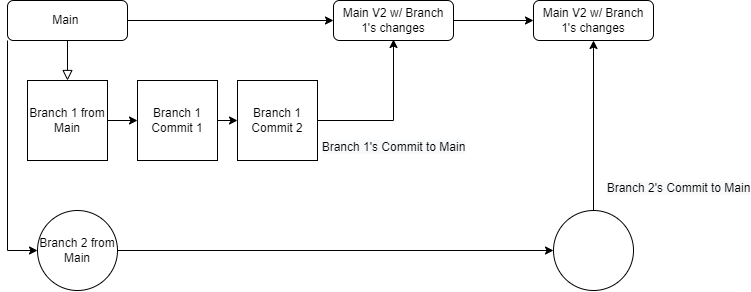
Before: Git/GitBranch/GitBranch Diagram.drawio.png, a diagram exported from draw.io (XXLMandalorian013/diagrams.net). Source tidied: cells renumbered, new cells last; positions are measured from the earlier drawing's top-left corner, leaving out a move shared by most shapes.
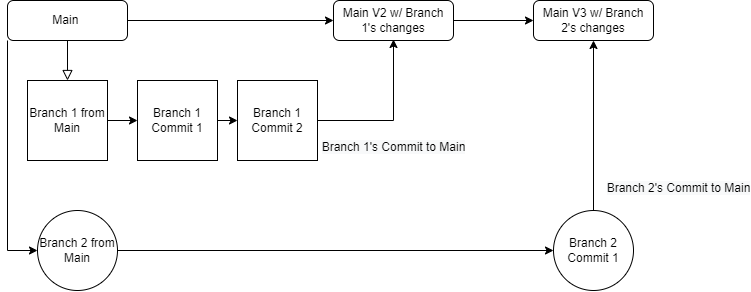
Later version of the same file.

The edit, as a diff of the source:
```diff
@@ -23,7 +23,7 @@
     <mxCell id="8" value="Main V2 w/ Branch 1's changes" style="rounded=1;whiteSpace=wrap;html=1;fontSize=12;glass=0;strokeWidth=1;shadow=0;" parent="1" vertex="1">
       <mxGeometry x="326" width="120" height="40" as="geometry" />
     </mxCell>
-    <mxCell id="9" style="ellipse;whiteSpace=wrap;html=1;" parent="1" vertex="1">
+    <mxCell id="9" value="Branch 2 Commit 1" style="ellipse;whiteSpace=wrap;html=1;" parent="1" vertex="1">
       <mxGeometry x="546" y="210" width="80" height="80" as="geometry" />
     </mxCell>
     <mxCell id="10" value="&lt;br&gt;&lt;span style=&quot;color: rgb(0, 0, 0); font-family: Helvetica; font-size: 12px; font-style: normal; font-variant-ligatures: normal; font-variant-caps: normal; font-weight: 400; letter-spacing: normal; orphans: 2; text-align: center; text-indent: 0px; text-transform: none; widows: 2; word-spacing: 0px; -webkit-text-stroke-width: 0px; background-color: rgb(248, 249, 250); text-decoration-thickness: initial; text-decoration-style: initial; text-decoration-color: initial; float: none; display: inline !important;&quot;&gt;Branch 1's Commit to Main&lt;/span&gt;" style="endArrow=classic;html=1;rounded=0;entryX=0.5;entryY=1;entryDx=0;entryDy=0;exitX=1;exitY=0.5;exitDx=0;exitDy=0;" parent="1" edge="1">
@@ -58,7 +58,7 @@
     <mxCell id="16" style="endArrow=classic;html=1;rounded=0;exitX=1;exitY=0.5;exitDx=0;exitDy=0;entryX=0;entryY=0.5;entryDx=0;entryDy=0;" parent="1" edge="1" source="13" target="14">
       <mxGeometry relative="1" as="geometry" />
     </mxCell>
-    <mxCell id="17" value="Main V2 w/ Branch 1's changes" style="rounded=1;whiteSpace=wrap;html=1;fontSize=12;glass=0;strokeWidth=1;shadow=0;" parent="1" vertex="1">
+    <mxCell id="17" value="Main V3 w/ Branch 2's changes" style="rounded=1;whiteSpace=wrap;html=1;fontSize=12;glass=0;strokeWidth=1;shadow=0;" parent="1" vertex="1">
       <mxGeometry x="526" width="120" height="40" as="geometry" />
     </mxCell>
     <mxCell id="18" style="endArrow=classic;html=1;rounded=0;exitX=0.5;exitY=0;exitDx=0;exitDy=0;entryX=0.5;entryY=1;entryDx=0;entryDy=0;" parent="1" edge="1" source="9" target="17">
```
